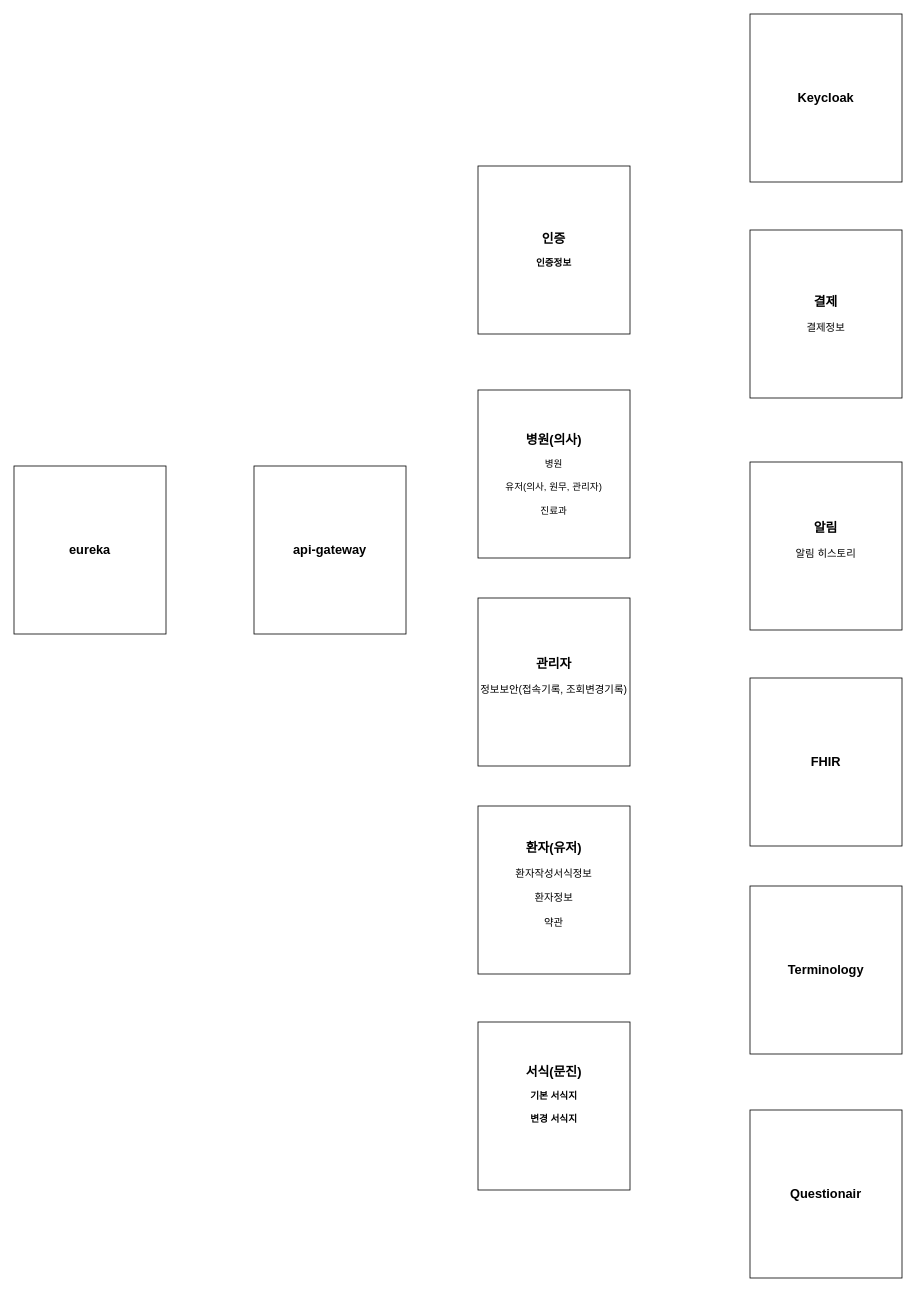
Earlier version of the draw.io diagram src/main/제목 없는 다이어그램.drawio (himina1227/async). Source tidied: cells renumbered, new cells numbered last; positions are measured from the earlier drawing's top-left corner, leaving out a move shared by most shapes. Both pictures are drawn from the tidied source at 80%, with x=0, y=0 at pixel (14, 14).
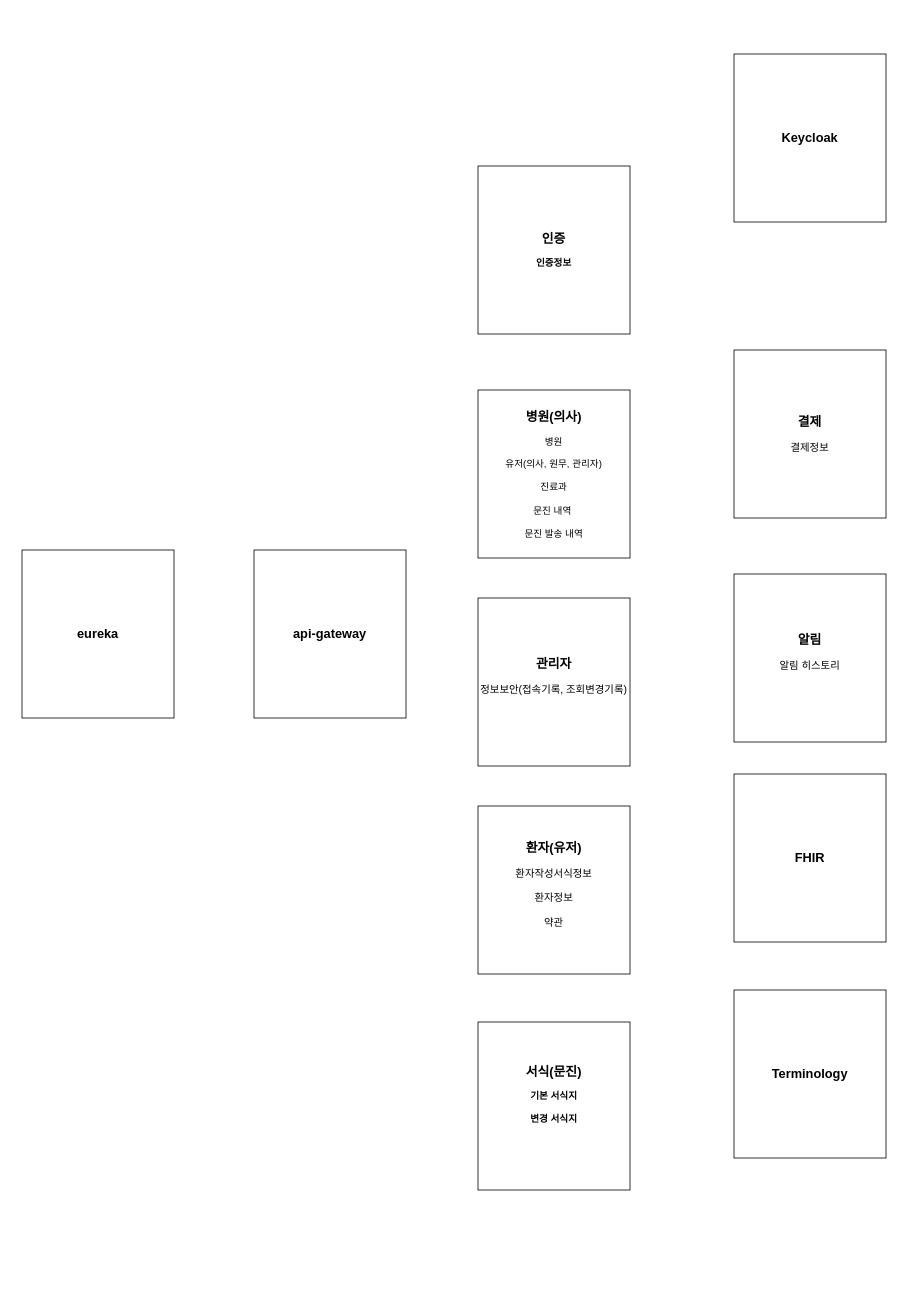
Above is the later version.

Commit message:
firstchart_구성도

The edit, as a diff of the source:
```diff
@@
 <mxGraphModel>
   <root>
     <mxCell id="0" />
     <mxCell id="1" parent="0" />
-    <mxCell id="2" value="&lt;b style=&quot;font-size: 16px;&quot;&gt;병원(의사)&lt;br&gt;&lt;/b&gt;&lt;br&gt;병원&lt;br&gt;&lt;br&gt;유저(의사, 원무, 관리자)&lt;br&gt;&lt;br&gt;진료과" style="rounded=0;whiteSpace=wrap;html=1;" parent="1" vertex="1">
+    <mxCell id="2" value="&lt;b style=&quot;font-size: 16px;&quot;&gt;병원(의사)&lt;br&gt;&lt;/b&gt;&lt;br&gt;병원&lt;br&gt;&lt;br&gt;유저(의사, 원무, 관리자)&lt;br&gt;&lt;br&gt;진료과&lt;br&gt;&lt;br&gt;문진 내역&amp;nbsp;&lt;br&gt;&lt;br&gt;문진 발송 내역" style="rounded=0;whiteSpace=wrap;html=1;" parent="1" vertex="1">
       <mxGeometry x="580" y="470" width="190" height="210" as="geometry" />
     </mxCell>
     <mxCell id="3" value="&lt;font style=&quot;&quot;&gt;&lt;b style=&quot;&quot;&gt;&lt;font style=&quot;font-size: 16px;&quot;&gt;환자(유저)&lt;/font&gt;&lt;/b&gt;&lt;br&gt;&lt;br&gt;&lt;span style=&quot;font-size: 13px;&quot;&gt;환자작성서식정보&lt;/span&gt;&lt;br&gt;&lt;br&gt;&lt;span style=&quot;font-size: 13px;&quot;&gt;환자정보&lt;br&gt;&lt;br&gt;약관&lt;br&gt;&lt;/span&gt;&lt;br&gt;&lt;/font&gt;" style="rounded=0;whiteSpace=wrap;html=1;" parent="1" vertex="1">
       <mxGeometry x="580" y="990" width="190" height="210" as="geometry" />
     </mxCell>
     <mxCell id="4" value="&lt;span style=&quot;font-size: 16px;&quot;&gt;&lt;b&gt;관리자&lt;/b&gt;&lt;/span&gt;&lt;br&gt;&lt;br&gt;&lt;font style=&quot;font-size: 13px;&quot;&gt;정보보안(접속기록, 조회변경기록)&lt;br&gt;&lt;br&gt;&lt;/font&gt;" style="rounded=0;whiteSpace=wrap;html=1;" parent="1" vertex="1">
       <mxGeometry x="580" y="730" width="190" height="210" as="geometry" />
     </mxCell>
     <mxCell id="5" value="&lt;span style=&quot;&quot;&gt;&lt;b&gt;&lt;font style=&quot;font-size: 16px;&quot;&gt;서식(문진)&lt;/font&gt;&lt;br&gt;&lt;br&gt;기본 서식지&lt;br&gt;&lt;br&gt;변경 서식지&lt;br&gt;&lt;br&gt;&lt;br&gt;&lt;/b&gt;&lt;/span&gt;" style="rounded=0;whiteSpace=wrap;html=1;" parent="1" vertex="1">
       <mxGeometry x="580" y="1260" width="190" height="210" as="geometry" />
     </mxCell>
     <mxCell id="6" value="&lt;span style=&quot;font-size: 16px;&quot;&gt;&lt;b&gt;알림&lt;/b&gt;&lt;/span&gt;&lt;br&gt;&lt;br&gt;&lt;font style=&quot;font-size: 13px;&quot;&gt;알림 히스토리&lt;br&gt;&lt;br&gt;&lt;/font&gt;" style="rounded=0;whiteSpace=wrap;html=1;" parent="1" vertex="1">
-      <mxGeometry x="920" y="560" width="190" height="210" as="geometry" />
+      <mxGeometry x="900" y="700" width="190" height="210" as="geometry" />
     </mxCell>
     <mxCell id="7" value="&lt;span style=&quot;font-size: 16px;&quot;&gt;&lt;b&gt;결제&lt;/b&gt;&lt;/span&gt;&lt;br&gt;&lt;br&gt;&lt;font style=&quot;font-size: 13px;&quot;&gt;결제정보&lt;br&gt;&lt;/font&gt;" style="rounded=0;whiteSpace=wrap;html=1;" parent="1" vertex="1">
-      <mxGeometry x="920" y="270" width="190" height="210" as="geometry" />
+      <mxGeometry x="900" y="420" width="190" height="210" as="geometry" />
     </mxCell>
     <mxCell id="8" value="&lt;span style=&quot;&quot;&gt;&lt;b&gt;&lt;span style=&quot;font-size: 16px;&quot;&gt;인증&lt;br&gt;&lt;/span&gt;&lt;br&gt;인증정보&lt;br&gt;&lt;/b&gt;&lt;/span&gt;" style="rounded=0;whiteSpace=wrap;html=1;" parent="1" vertex="1">
       <mxGeometry x="580" y="190" width="190" height="210" as="geometry" />
     </mxCell>
     <mxCell id="9" value="&lt;span style=&quot;&quot;&gt;&lt;b&gt;&lt;span style=&quot;font-size: 16px;&quot;&gt;api-gateway&lt;/span&gt;&lt;br&gt;&lt;/b&gt;&lt;/span&gt;" style="rounded=0;whiteSpace=wrap;html=1;" parent="1" vertex="1">
-      <mxGeometry x="300" y="565" width="190" height="210" as="geometry" />
+      <mxGeometry x="300" y="670" width="190" height="210" as="geometry" />
     </mxCell>
     <mxCell id="10" value="&lt;span style=&quot;&quot;&gt;&lt;b&gt;&lt;span style=&quot;font-size: 16px;&quot;&gt;eureka&lt;/span&gt;&lt;br&gt;&lt;/b&gt;&lt;/span&gt;" style="rounded=0;whiteSpace=wrap;html=1;" parent="1" vertex="1">
-      <mxGeometry y="565" width="190" height="210" as="geometry" />
+      <mxGeometry x="10" y="670" width="190" height="210" as="geometry" />
     </mxCell>
     <mxCell id="11" value="&lt;font style=&quot;&quot;&gt;&lt;span style=&quot;font-size: 16px;&quot;&gt;&lt;b&gt;FHIR&lt;/b&gt;&lt;/span&gt;&lt;br&gt;&lt;/font&gt;" style="rounded=0;whiteSpace=wrap;html=1;" parent="1" vertex="1">
-      <mxGeometry x="920" y="830" width="190" height="210" as="geometry" />
+      <mxGeometry x="900" y="950" width="190" height="210" as="geometry" />
     </mxCell>
     <mxCell id="12" value="&lt;font style=&quot;&quot;&gt;&lt;span style=&quot;font-size: 16px;&quot;&gt;&lt;b&gt;Terminology&lt;/b&gt;&lt;/span&gt;&lt;br&gt;&lt;/font&gt;" style="rounded=0;whiteSpace=wrap;html=1;" parent="1" vertex="1">
-      <mxGeometry x="920" y="1090" width="190" height="210" as="geometry" />
+      <mxGeometry x="900" y="1220" width="190" height="210" as="geometry" />
     </mxCell>
-    <mxCell id="13" value="&lt;font style=&quot;&quot;&gt;&lt;span style=&quot;font-size: 16px;&quot;&gt;&lt;b&gt;Questionair&lt;/b&gt;&lt;/span&gt;&lt;br&gt;&lt;/font&gt;" style="rounded=0;whiteSpace=wrap;html=1;" parent="1" vertex="1">
-      <mxGeometry x="920" y="1370" width="190" height="210" as="geometry" />
-    </mxCell>
     <mxCell id="14" value="&lt;font style=&quot;&quot;&gt;&lt;span style=&quot;font-size: 16px;&quot;&gt;&lt;b&gt;Keycloak&lt;/b&gt;&lt;/span&gt;&lt;br&gt;&lt;/font&gt;" style="rounded=0;whiteSpace=wrap;html=1;" parent="1" vertex="1">
-      <mxGeometry x="920" width="190" height="210" as="geometry" />
+      <mxGeometry x="900" y="50" width="190" height="210" as="geometry" />
     </mxCell>
   </root>
 </mxGraphModel>
```
